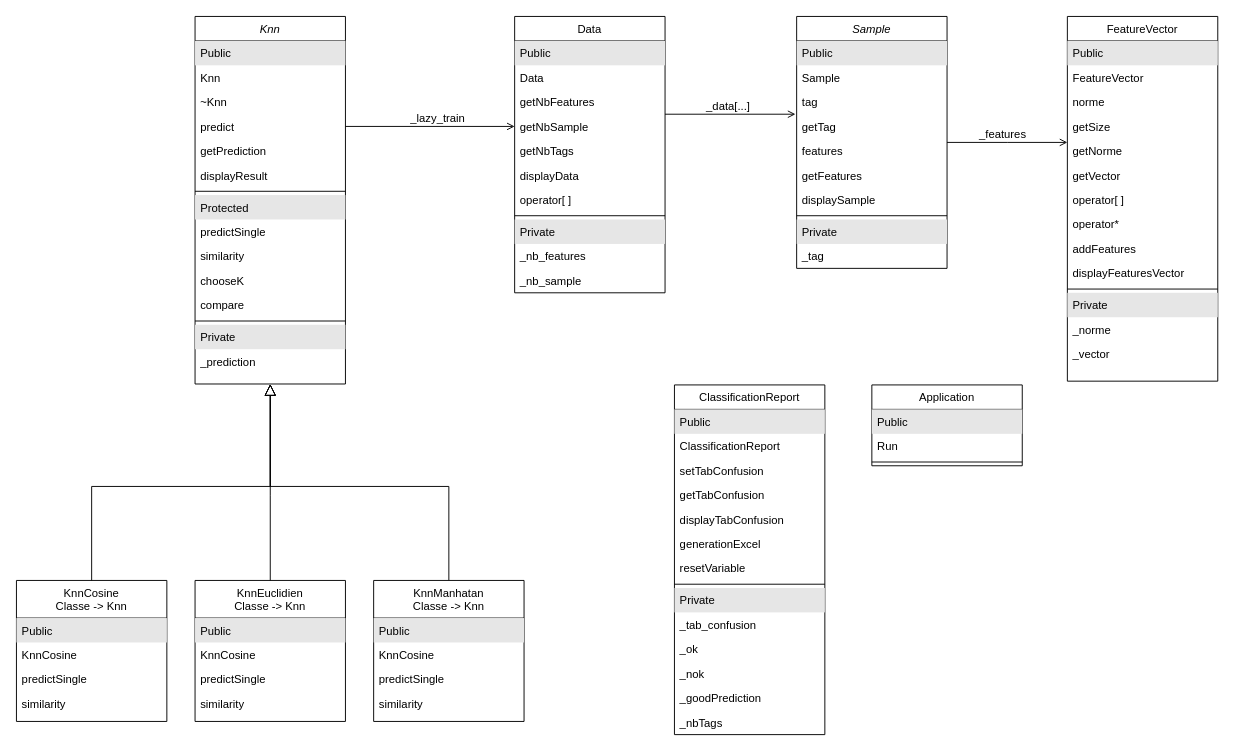
Ruttsu/Project_classifieur keeps this draw.io diagram as doc/UML.drawio. Above is the earlier version. Source tidied: cells renumbered, new cells numbered last; positions are measured from the earlier drawing's top-left corner, leaving out a move shared by most shapes. Both pictures are drawn from the tidied source at 94%, with x=0, y=0 at pixel (16, 16).
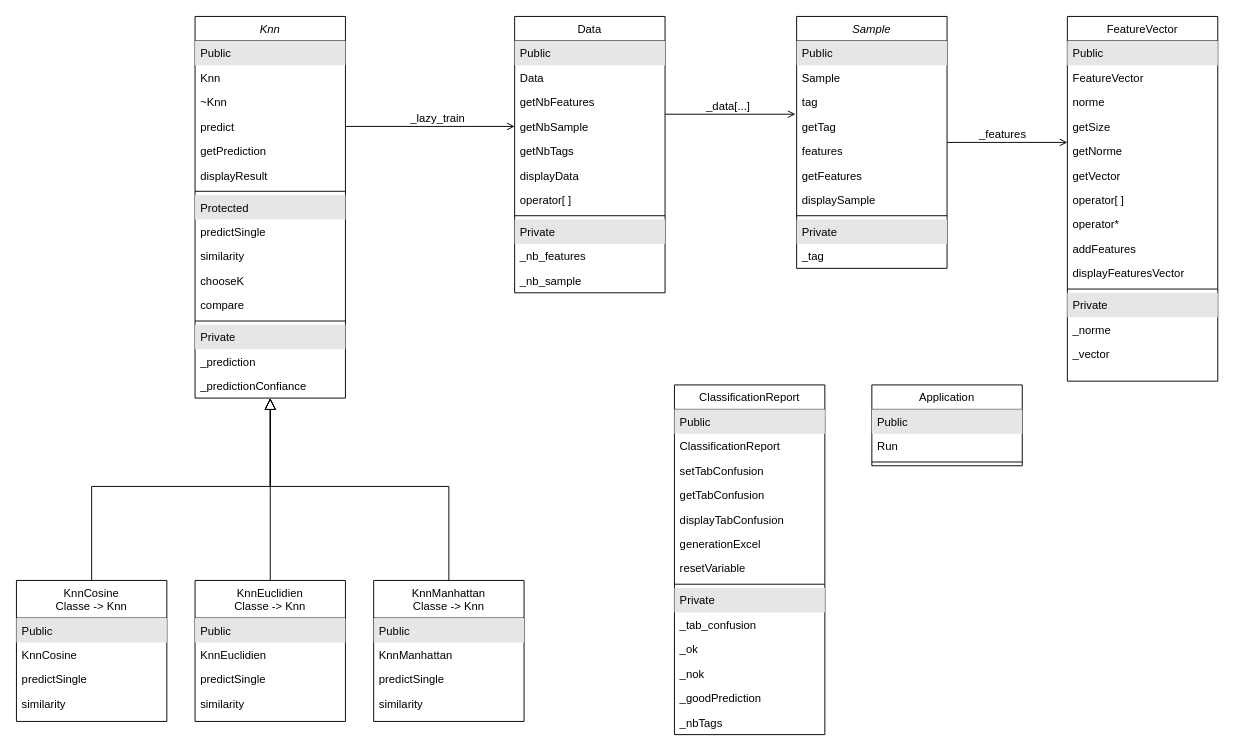
Above is the later version.

The change refers to these unchanged cells:
```xml
<mxCell id="68" value="KnnEuclidien&#10;Classe -&gt; Knn" style="swimlane;fontStyle=0;align=center;verticalAlign=top;horizontal=1;startSize=40;rounded=0;shadow=0;strokeWidth=1;" parent="1" vertex="1">
  <mxGeometry x="190" y="600" width="160" height="150" as="geometry" />
</mxCell>
```

The edit, as a diff of the source:
```diff
@@
     <mxCell id="32" value="Knn" style="swimlane;fontStyle=2;align=center;verticalAlign=top;horizontal=1;startSize=26;rounded=0;shadow=0;strokeWidth=1;" parent="1" vertex="1">
-      <mxGeometry x="190" width="160" height="391" as="geometry" />
+      <mxGeometry x="190" width="160" height="406" as="geometry" />
     </mxCell>
@@
+    <mxCell id="99" value="_predictionConfiance" style="text;align=left;verticalAlign=top;spacingLeft=4;spacingRight=4;overflow=hidden;" parent="32" vertex="1">
+      <mxGeometry y="380" width="160" height="26" as="geometry" />
+    </mxCell>
@@
-    <mxCell id="70" value="KnnCosine" style="text;align=left;verticalAlign=top;spacingLeft=4;spacingRight=4;overflow=hidden;" parent="68" vertex="1">
+    <mxCell id="70" value="KnnEuclidien" style="text;align=left;verticalAlign=top;spacingLeft=4;spacingRight=4;overflow=hidden;" parent="68" vertex="1">
       <mxGeometry y="66" width="160" height="26" as="geometry" />
     </mxCell>
@@
-    <mxCell id="92" value="KnnManhatan&#10;Classe -&gt; Knn" style="swimlane;fontStyle=0;align=center;verticalAlign=top;horizontal=1;startSize=40;rounded=0;shadow=0;strokeWidth=1;" parent="1" vertex="1">
+    <mxCell id="92" value="KnnManhattan&#10;Classe -&gt; Knn" style="swimlane;fontStyle=0;align=center;verticalAlign=top;horizontal=1;startSize=40;rounded=0;shadow=0;strokeWidth=1;" parent="1" vertex="1">
       <mxGeometry x="380" y="600" width="160" height="150" as="geometry" />
     </mxCell>
@@
-    <mxCell id="94" value="KnnCosine" style="text;align=left;verticalAlign=top;spacingLeft=4;spacingRight=4;overflow=hidden;" parent="92" vertex="1">
+    <mxCell id="94" value="KnnManhattan" style="text;align=left;verticalAlign=top;spacingLeft=4;spacingRight=4;overflow=hidden;" parent="92" vertex="1">
       <mxGeometry y="66" width="160" height="26" as="geometry" />
     </mxCell>
```
